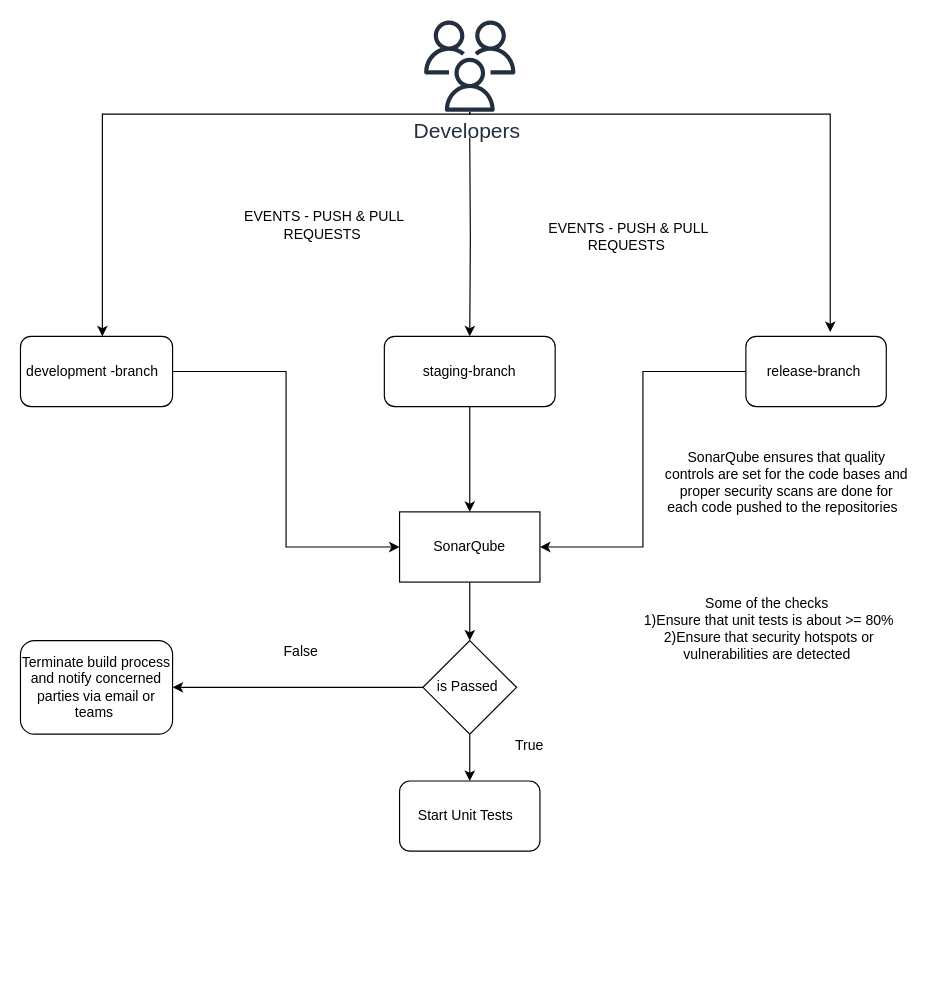
Before: icurity.drawio in tyger-rareatom/consulting-architectures, a draw.io diagram. Source tidied: cells renumbered, new cells numbered last; positions are measured from the earlier drawing's top-left corner, leaving out a move shared by most shapes. Both pictures are drawn from the tidied source at 117%, with x=0, y=0 at pixel (20, 20).
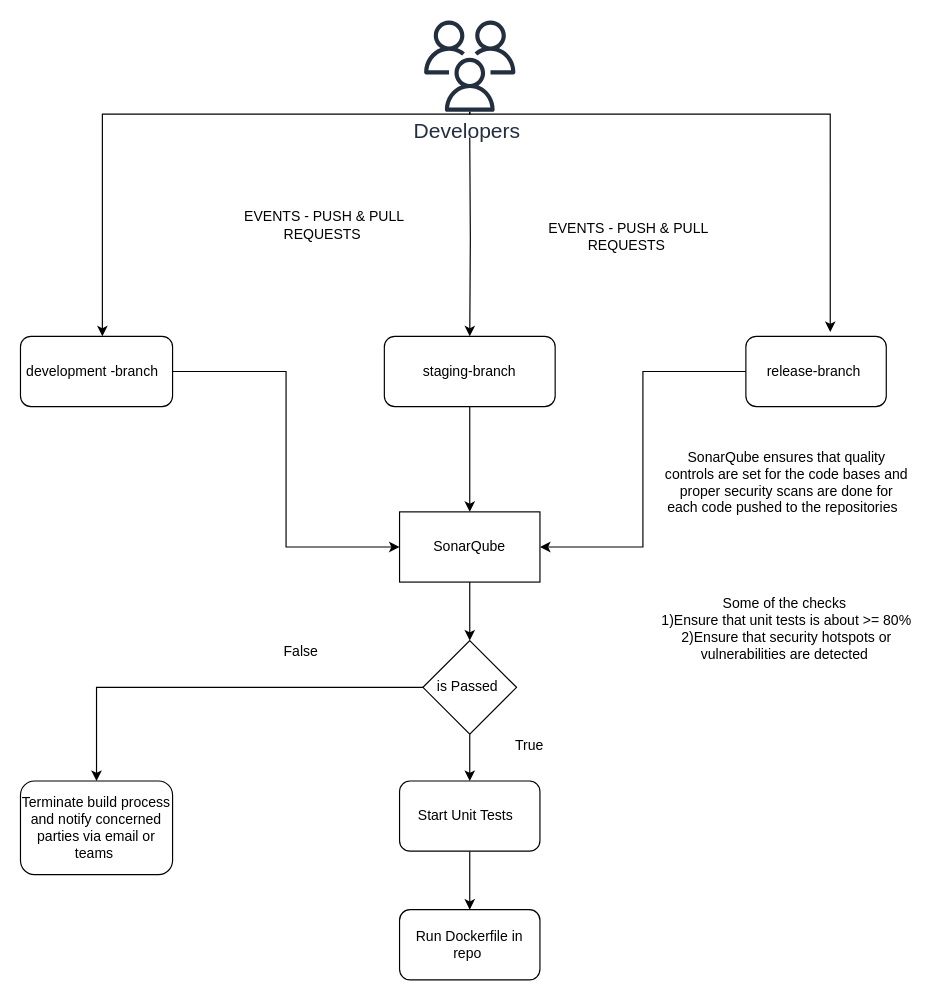
After the change.

Commit message:
Automated docker scan

The change refers to these unchanged cells:
```xml
<mxCell id="21" value="Start Unit Tests&amp;nbsp;&amp;nbsp;" style="rounded=1;whiteSpace=wrap;html=1;" parent="1" vertex="1">
  <mxGeometry x="324" y="650" width="120" height="60" as="geometry" />
</mxCell>
```

The edit, as a diff of the source:
```diff
@@
     <mxCell id="20" value="Some of the checks&amp;nbsp;&lt;br&gt;1)Ensure that unit tests is about &amp;gt;= 80%&lt;br&gt;2)Ensure that security hotspots or vulnerabilities are detected&amp;nbsp;" style="text;html=1;strokeColor=none;fillColor=none;align=center;verticalAlign=middle;whiteSpace=wrap;rounded=0;" parent="1" vertex="1">
-      <mxGeometry x="530" y="470" width="220" height="100" as="geometry" />
+      <mxGeometry x="545" y="470" width="220" height="100" as="geometry" />
     </mxCell>
+    <mxCell id="25" style="edgeStyle=orthogonalEdgeStyle;rounded=0;jettySize=auto;html=1;" parent="1" edge="1" source="21" target="26">
+      <mxGeometry relative="1" as="geometry" />
+    </mxCell>
@@
     <mxCell id="23" value="Terminate build process and notify concerned parties via email or teams&amp;nbsp;" style="rounded=1;whiteSpace=wrap;html=1;" parent="1" vertex="1">
-      <mxGeometry y="530" width="130" height="80" as="geometry" />
+      <mxGeometry y="650" width="130" height="80" as="geometry" />
     </mxCell>
@@
+    <mxCell id="26" value="Run Dockerfile in repo&amp;nbsp;" style="rounded=1;whiteSpace=wrap;html=1;" parent="1" vertex="1">
+      <mxGeometry x="324" y="760" width="120" height="60" as="geometry" />
+    </mxCell>
```
